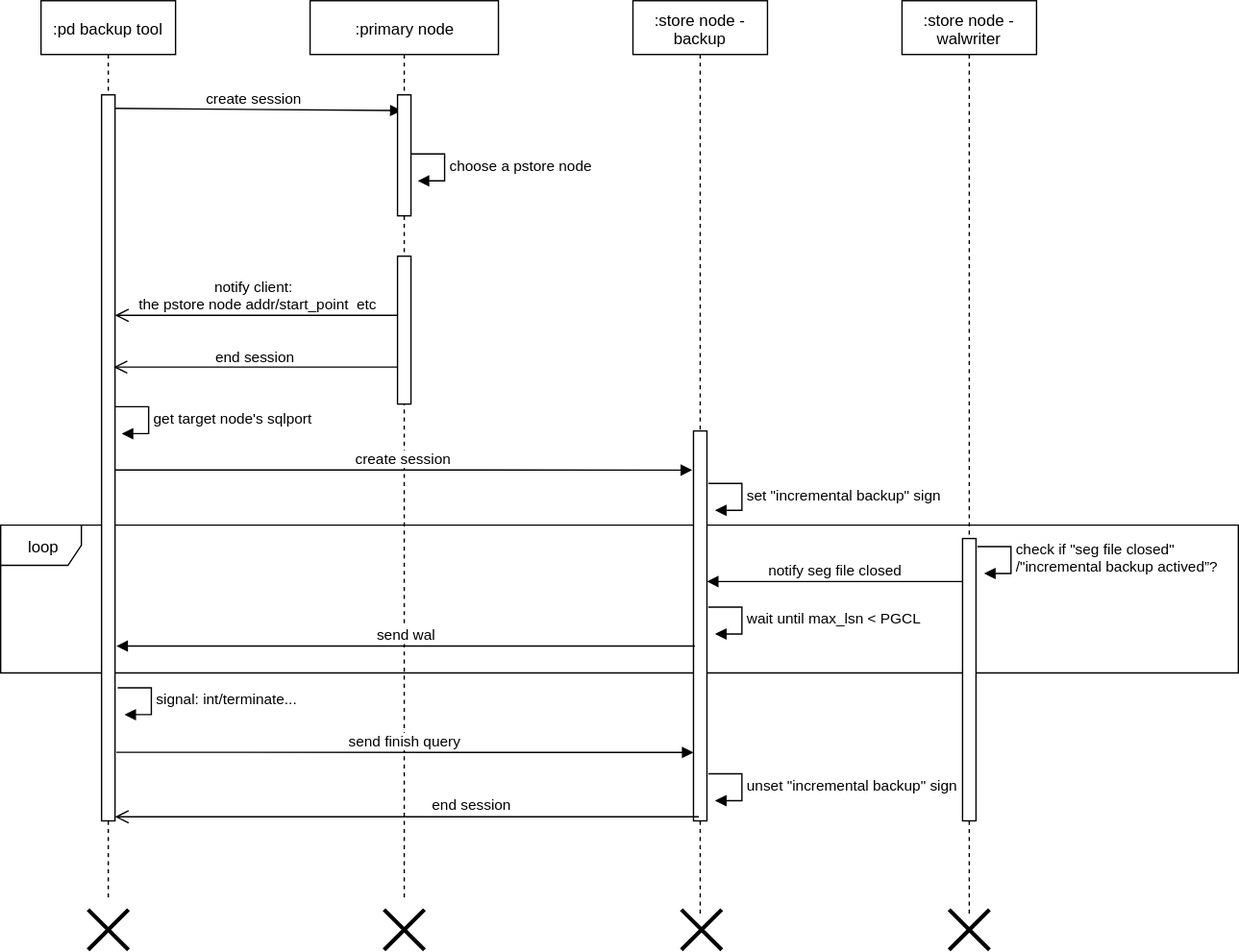
Above: attachments/1648606565569.drawio.svg in simbahebinbo/smallfat.github.io (draw.io), before the change. Source tidied: cells renumbered, new cells last; positions are measured from the earlier drawing's top-left corner, leaving out a move shared by most shapes. The source it was exported from:
```xml
<mxGraphModel>
  <root>
    <mxCell id="0" />
    <mxCell id="1" parent="0" />
    <mxCell id="2" value="loop" style="shape=umlFrame;whiteSpace=wrap;html=1;" parent="1" vertex="1">
      <mxGeometry y="390" width="920" height="110" as="geometry" />
    </mxCell>
    <mxCell id="3" value=":pd backup tool" style="shape=umlLifeline;perimeter=lifelinePerimeter;whiteSpace=wrap;html=1;" parent="1" vertex="1">
      <mxGeometry x="30" width="100" height="670" as="geometry" />
    </mxCell>
    <mxCell id="4" value="create session" style="html=1;verticalAlign=bottom;endArrow=block;entryX=0.486;entryY=0.122;entryDx=0;entryDy=0;entryPerimeter=0;" parent="3" edge="1" target="7">
      <mxGeometry relative="1" as="geometry">
        <mxPoint x="50" y="80" as="sourcePoint" />
      </mxGeometry>
    </mxCell>
    <mxCell id="5" style="html=1;perimeter=orthogonalPerimeter;" parent="3" vertex="1">
      <mxGeometry x="45" y="70" width="10" height="540" as="geometry" />
    </mxCell>
    <mxCell id="6" style="shape=umlDestroy;whiteSpace=wrap;html=1;strokeWidth=3;" parent="3" vertex="1">
      <mxGeometry x="35" y="676" width="30" height="30" as="geometry" />
    </mxCell>
    <mxCell id="7" value=":primary node" style="html=1;points=[];perimeter=orthogonalPerimeter;shape=umlLifeline;participant=label;fontFamily=Helvetica;fontSize=12;fontColor=#000000;align=center;strokeColor=#000000;fillColor=#ffffff;" parent="1" vertex="1">
      <mxGeometry x="230" width="140" height="670" as="geometry" />
    </mxCell>
    <mxCell id="8" value="choose a pstore node" style="edgeStyle=orthogonalEdgeStyle;html=1;align=left;spacingLeft=2;endArrow=block;rounded=0;entryX=1;entryY=0;" parent="7" edge="1">
      <mxGeometry relative="1" as="geometry">
        <mxPoint x="75" y="114" as="sourcePoint" />
        <mxPoint x="80" y="134" as="targetPoint" />
        <Array as="points">
          <mxPoint x="100" y="114" />
        </Array>
      </mxGeometry>
    </mxCell>
    <mxCell id="9" style="html=1;perimeter=orthogonalPerimeter;" parent="7" vertex="1">
      <mxGeometry x="65" y="190" width="10" height="110" as="geometry" />
    </mxCell>
    <mxCell id="10" style="shape=umlDestroy;whiteSpace=wrap;html=1;strokeWidth=3;" parent="7" vertex="1">
      <mxGeometry x="55" y="676" width="30" height="30" as="geometry" />
    </mxCell>
    <mxCell id="11" style="html=1;perimeter=orthogonalPerimeter;" parent="7" vertex="1">
      <mxGeometry x="65" y="70" width="10" height="90" as="geometry" />
    </mxCell>
    <mxCell id="12" value=":store node - backup" style="shape=umlLifeline;perimeter=lifelinePerimeter;whiteSpace=wrap;html=1;" parent="1" vertex="1">
      <mxGeometry x="470" width="100" height="680" as="geometry" />
    </mxCell>
    <mxCell id="13" style="html=1;perimeter=orthogonalPerimeter;" parent="12" vertex="1">
      <mxGeometry x="45" y="320" width="10" height="290" as="geometry" />
    </mxCell>
    <mxCell id="14" value="notify client:&amp;nbsp;&lt;br&gt;&amp;nbsp;the pstore node addr/start_point&amp;nbsp; etc" style="html=1;verticalAlign=bottom;endArrow=open;endSize=8;exitX=0;exitY=0.95;" parent="1" edge="1">
      <mxGeometry relative="1" as="geometry">
        <mxPoint x="295" y="234" as="sourcePoint" />
        <mxPoint x="85" y="234" as="targetPoint" />
      </mxGeometry>
    </mxCell>
    <mxCell id="15" value="create session" style="html=1;verticalAlign=bottom;endArrow=block;entryX=-0.1;entryY=0.076;entryDx=0;entryDy=0;entryPerimeter=0;exitX=1;exitY=0.4;exitDx=0;exitDy=0;exitPerimeter=0;" parent="1" edge="1">
      <mxGeometry relative="1" as="geometry">
        <mxPoint x="85" y="349" as="sourcePoint" />
        <mxPoint x="514" y="349.1" as="targetPoint" />
      </mxGeometry>
    </mxCell>
    <mxCell id="16" value="send wal" style="html=1;verticalAlign=bottom;endArrow=block;" parent="1" edge="1">
      <mxGeometry relative="1" as="geometry">
        <mxPoint x="516" y="480" as="sourcePoint" />
        <mxPoint x="86" y="480" as="targetPoint" />
      </mxGeometry>
    </mxCell>
    <mxCell id="17" value="end session" style="html=1;verticalAlign=bottom;endArrow=open;endSize=8;" parent="1" edge="1">
      <mxGeometry relative="1" as="geometry">
        <mxPoint x="295" y="272.5" as="sourcePoint" />
        <mxPoint x="84" y="272.5" as="targetPoint" />
      </mxGeometry>
    </mxCell>
    <mxCell id="18" value="end session" style="html=1;verticalAlign=bottom;endArrow=open;endSize=8;" parent="1" edge="1">
      <mxGeometry x="-0.22" y="-1" relative="1" as="geometry">
        <mxPoint x="519" y="607" as="sourcePoint" />
        <mxPoint x="85" y="607" as="targetPoint" />
      </mxGeometry>
    </mxCell>
    <mxCell id="19" style="shape=umlDestroy;whiteSpace=wrap;html=1;strokeWidth=3;" parent="1" vertex="1">
      <mxGeometry x="506" y="676" width="30" height="30" as="geometry" />
    </mxCell>
    <mxCell id="20" value="get target node's sqlport" style="edgeStyle=orthogonalEdgeStyle;html=1;align=left;spacingLeft=2;endArrow=block;rounded=0;entryX=1;entryY=0;" parent="1" edge="1">
      <mxGeometry relative="1" as="geometry">
        <mxPoint x="85" y="302" as="sourcePoint" />
        <mxPoint x="90" y="322" as="targetPoint" />
        <Array as="points">
          <mxPoint x="110" y="302" />
        </Array>
      </mxGeometry>
    </mxCell>
    <mxCell id="21" value=":store node - walwriter" style="shape=umlLifeline;perimeter=lifelinePerimeter;whiteSpace=wrap;html=1;" parent="1" vertex="1">
      <mxGeometry x="670" width="100" height="680" as="geometry" />
    </mxCell>
    <mxCell id="22" style="html=1;perimeter=orthogonalPerimeter;" parent="21" vertex="1">
      <mxGeometry x="45" y="400" width="10" height="210" as="geometry" />
    </mxCell>
    <mxCell id="23" value="check if &quot;seg file closed&quot;&lt;br&gt;/&quot;incremental backup actived”?" style="edgeStyle=orthogonalEdgeStyle;html=1;align=left;spacingLeft=2;endArrow=block;rounded=0;entryX=1;entryY=0;" parent="1" edge="1">
      <mxGeometry relative="1" as="geometry">
        <mxPoint x="726" y="406" as="sourcePoint" />
        <mxPoint x="731" y="426" as="targetPoint" />
        <Array as="points">
          <mxPoint x="751" y="406" />
        </Array>
      </mxGeometry>
    </mxCell>
    <mxCell id="24" value="notify seg file closed" style="html=1;verticalAlign=bottom;endArrow=block;" parent="1" edge="1">
      <mxGeometry relative="1" as="geometry">
        <mxPoint x="715" y="432" as="sourcePoint" />
        <mxPoint x="525" y="432" as="targetPoint" />
      </mxGeometry>
    </mxCell>
    <mxCell id="25" value="send finish query" style="html=1;verticalAlign=bottom;endArrow=block;entryX=-0.1;entryY=0.076;entryDx=0;entryDy=0;entryPerimeter=0;exitX=1;exitY=0.4;exitDx=0;exitDy=0;exitPerimeter=0;" parent="1" edge="1">
      <mxGeometry relative="1" as="geometry">
        <mxPoint x="86" y="559" as="sourcePoint" />
        <mxPoint x="515" y="559.1" as="targetPoint" />
      </mxGeometry>
    </mxCell>
    <mxCell id="26" value="signal: int/terminate..." style="edgeStyle=orthogonalEdgeStyle;html=1;align=left;spacingLeft=2;endArrow=block;rounded=0;entryX=1;entryY=0;" parent="1" edge="1">
      <mxGeometry relative="1" as="geometry">
        <mxPoint x="87" y="511" as="sourcePoint" />
        <mxPoint x="92" y="531" as="targetPoint" />
        <Array as="points">
          <mxPoint x="112" y="511" />
        </Array>
      </mxGeometry>
    </mxCell>
    <mxCell id="27" value="set &quot;incremental backup&quot; sign" style="edgeStyle=orthogonalEdgeStyle;html=1;align=left;spacingLeft=2;endArrow=block;rounded=0;entryX=1;entryY=0;" parent="1" edge="1">
      <mxGeometry relative="1" as="geometry">
        <mxPoint x="526" y="359" as="sourcePoint" />
        <mxPoint x="531" y="379" as="targetPoint" />
        <Array as="points">
          <mxPoint x="551" y="359" />
        </Array>
      </mxGeometry>
    </mxCell>
    <mxCell id="28" value="unset &quot;incremental backup&quot; sign" style="edgeStyle=orthogonalEdgeStyle;html=1;align=left;spacingLeft=2;endArrow=block;rounded=0;entryX=1;entryY=0;" parent="1" edge="1">
      <mxGeometry relative="1" as="geometry">
        <mxPoint x="526" y="575" as="sourcePoint" />
        <mxPoint x="531" y="595" as="targetPoint" />
        <Array as="points">
          <mxPoint x="551" y="575" />
        </Array>
      </mxGeometry>
    </mxCell>
    <mxCell id="29" style="shape=umlDestroy;whiteSpace=wrap;html=1;strokeWidth=3;" parent="1" vertex="1">
      <mxGeometry x="705" y="676" width="30" height="30" as="geometry" />
    </mxCell>
    <mxCell id="30" value="wait until max_lsn &amp;lt; PGCL" style="edgeStyle=orthogonalEdgeStyle;html=1;align=left;spacingLeft=2;endArrow=block;rounded=0;entryX=1;entryY=0;" parent="1" edge="1">
      <mxGeometry relative="1" as="geometry">
        <mxPoint x="526" y="451" as="sourcePoint" />
        <mxPoint x="531" y="471" as="targetPoint" />
        <Array as="points">
          <mxPoint x="551" y="451" />
        </Array>
      </mxGeometry>
    </mxCell>
  </root>
</mxGraphModel>
```
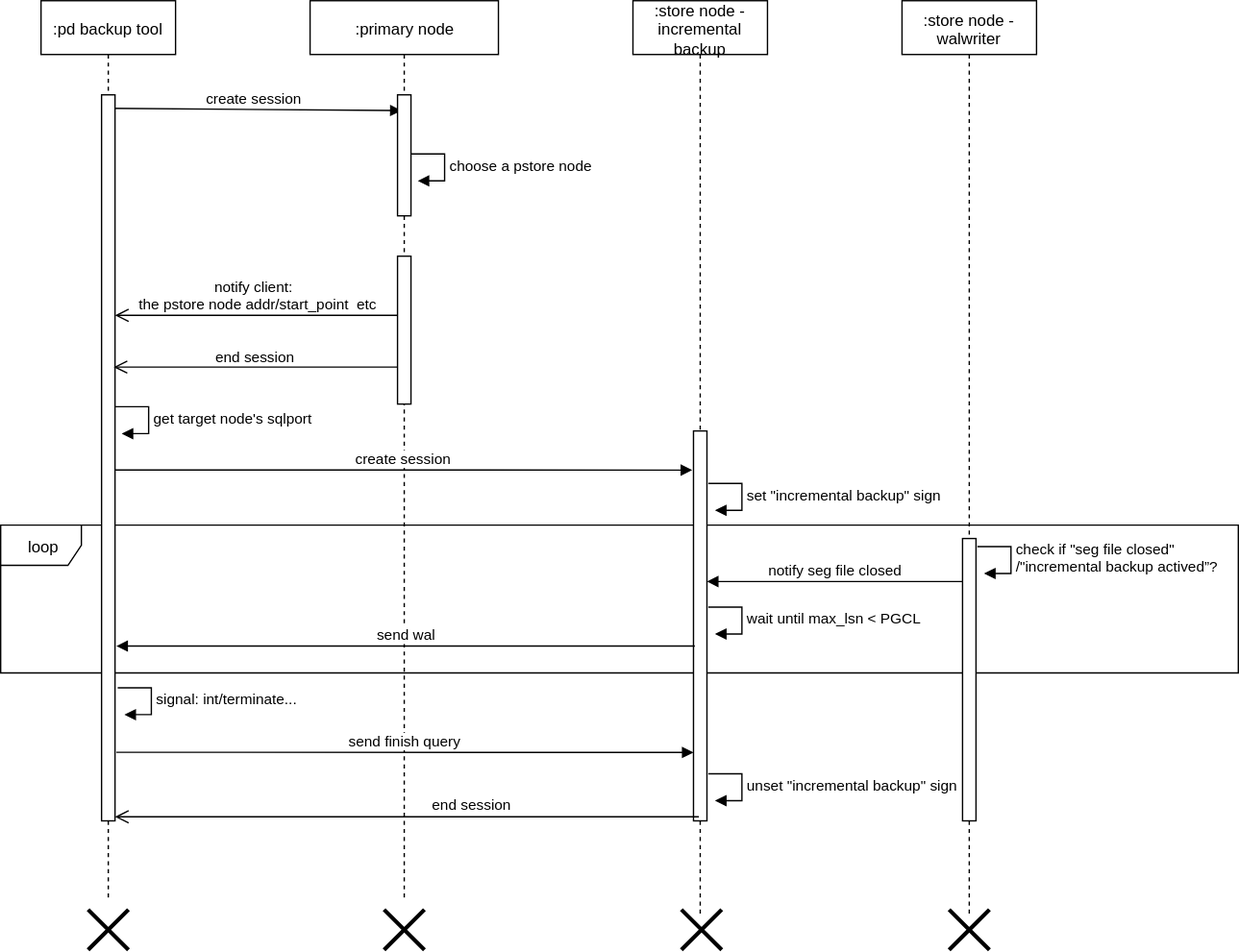
After the change.

Commit message:
添加附件 : attachments/1648606565569.drawio.svg

Change to the diagram source:
```diff
@@ -40,7 +40,7 @@
     <mxCell id="11" style="html=1;perimeter=orthogonalPerimeter;" parent="7" vertex="1">
       <mxGeometry x="65" y="70" width="10" height="90" as="geometry" />
     </mxCell>
-    <mxCell id="12" value=":store node - backup" style="shape=umlLifeline;perimeter=lifelinePerimeter;whiteSpace=wrap;html=1;" parent="1" vertex="1">
+    <mxCell id="12" value=":store node - incremental backup" style="shape=umlLifeline;perimeter=lifelinePerimeter;whiteSpace=wrap;html=1;" parent="1" vertex="1">
       <mxGeometry x="470" width="100" height="680" as="geometry" />
     </mxCell>
     <mxCell id="13" style="html=1;perimeter=orthogonalPerimeter;" parent="12" vertex="1">
```
